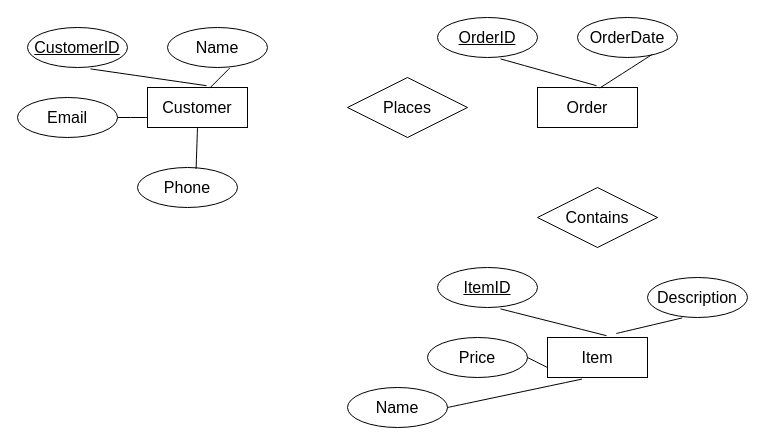
Above: page "Page-3" (3 of 3) of images/Wed_Addams.drawio in brendanpshea/database_sql (draw.io), before the change. Source tidied: cells renumbered, new cells numbered last; positions are measured from the earlier drawing's top-left corner, leaving out a move shared by most shapes. Both pictures are drawn from the tidied source at 100%, with x=0, y=0 at pixel (17, 17).
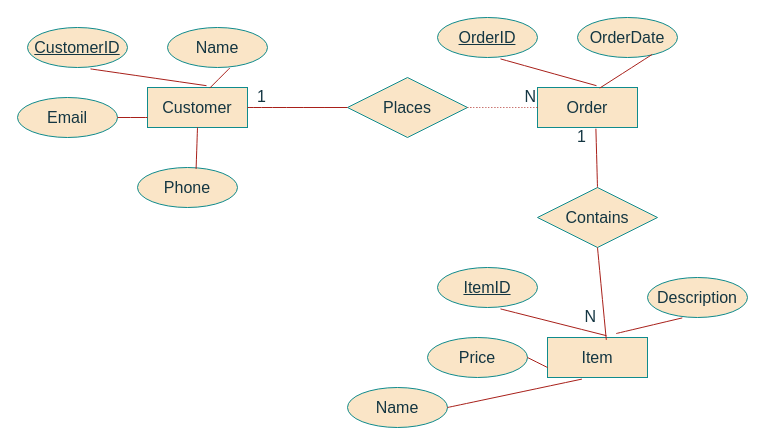
The same diagram, later.

The edit, as a diff of the source:
```diff
@@
-    <mxCell id="2" value="Customer" style="whiteSpace=wrap;html=1;align=center;fontSize=16;" parent="1" vertex="1">
+    <mxCell id="2" value="Customer" style="whiteSpace=wrap;html=1;align=center;fontSize=16;labelBackgroundColor=none;fillColor=#FAE5C7;strokeColor=#0F8B8D;fontColor=#143642;" parent="1" vertex="1">
       <mxGeometry x="130" y="70" width="100" height="40" as="geometry" />
     </mxCell>
-    <mxCell id="3" value="CustomerID" style="ellipse;whiteSpace=wrap;html=1;align=center;fontStyle=4;fontSize=16;" parent="1" vertex="1">
+    <mxCell id="3" value="CustomerID" style="ellipse;whiteSpace=wrap;html=1;align=center;fontStyle=4;fontSize=16;labelBackgroundColor=none;fillColor=#FAE5C7;strokeColor=#0F8B8D;fontColor=#143642;" parent="1" vertex="1">
       <mxGeometry x="10" y="10" width="100" height="40" as="geometry" />
     </mxCell>
-    <mxCell id="4" value="Name" style="ellipse;whiteSpace=wrap;html=1;align=center;fontSize=16;" parent="1" vertex="1">
+    <mxCell id="4" value="Name" style="ellipse;whiteSpace=wrap;html=1;align=center;fontSize=16;labelBackgroundColor=none;fillColor=#FAE5C7;strokeColor=#0F8B8D;fontColor=#143642;" parent="1" vertex="1">
       <mxGeometry x="150" y="10" width="100" height="40" as="geometry" />
     </mxCell>
-    <mxCell id="5" value="Email" style="ellipse;whiteSpace=wrap;html=1;align=center;fontSize=16;" parent="1" vertex="1">
+    <mxCell id="5" value="Email" style="ellipse;whiteSpace=wrap;html=1;align=center;fontSize=16;labelBackgroundColor=none;fillColor=#FAE5C7;strokeColor=#0F8B8D;fontColor=#143642;" parent="1" vertex="1">
       <mxGeometry y="80" width="100" height="40" as="geometry" />
     </mxCell>
-    <mxCell id="6" value="Phone" style="ellipse;whiteSpace=wrap;html=1;align=center;fontSize=16;" parent="1" vertex="1">
+    <mxCell id="6" value="Phone" style="ellipse;whiteSpace=wrap;html=1;align=center;fontSize=16;labelBackgroundColor=none;fillColor=#FAE5C7;strokeColor=#0F8B8D;fontColor=#143642;" parent="1" vertex="1">
       <mxGeometry x="120" y="150" width="100" height="40" as="geometry" />
     </mxCell>
-    <mxCell id="7" style="endArrow=none;html=1;rounded=0;fontSize=12;startSize=8;endSize=8;curved=1;exitX=0.5;exitY=1;exitDx=0;exitDy=0;entryX=0.586;entryY=0.035;entryDx=0;entryDy=0;entryPerimeter=0;" parent="1" edge="1" source="2" target="6">
+    <mxCell id="7" style="endArrow=none;html=1;rounded=0;fontSize=12;startSize=8;endSize=8;curved=1;exitX=0.5;exitY=1;exitDx=0;exitDy=0;entryX=0.586;entryY=0.035;entryDx=0;entryDy=0;entryPerimeter=0;labelBackgroundColor=none;strokeColor=#A8201A;fontColor=default;" parent="1" edge="1" source="2" target="6">
       <mxGeometry relative="1" as="geometry" />
     </mxCell>
-    <mxCell id="8" style="endArrow=none;html=1;rounded=0;fontSize=12;startSize=8;endSize=8;curved=1;exitX=0;exitY=0.75;exitDx=0;exitDy=0;entryX=1;entryY=0.5;entryDx=0;entryDy=0;" parent="1" edge="1" source="2" target="5">
+    <mxCell id="8" style="endArrow=none;html=1;rounded=0;fontSize=12;startSize=8;endSize=8;curved=1;exitX=0;exitY=0.75;exitDx=0;exitDy=0;entryX=1;entryY=0.5;entryDx=0;entryDy=0;labelBackgroundColor=none;strokeColor=#A8201A;fontColor=default;" parent="1" edge="1" source="2" target="5">
       <mxGeometry relative="1" as="geometry" />
     </mxCell>
-    <mxCell id="9" style="endArrow=none;html=1;rounded=0;fontSize=12;startSize=8;endSize=8;curved=1;exitX=0.63;exitY=1.035;exitDx=0;exitDy=0;entryX=0.59;entryY=-0.045;entryDx=0;entryDy=0;entryPerimeter=0;exitPerimeter=0;" parent="1" edge="1" source="3" target="2">
+    <mxCell id="9" style="endArrow=none;html=1;rounded=0;fontSize=12;startSize=8;endSize=8;curved=1;exitX=0.63;exitY=1.035;exitDx=0;exitDy=0;entryX=0.59;entryY=-0.045;entryDx=0;entryDy=0;entryPerimeter=0;exitPerimeter=0;labelBackgroundColor=none;strokeColor=#A8201A;fontColor=default;" parent="1" edge="1" source="3" target="2">
       <mxGeometry relative="1" as="geometry" />
     </mxCell>
-    <mxCell id="10" style="endArrow=none;html=1;rounded=0;fontSize=12;startSize=8;endSize=8;curved=1;exitX=0.622;exitY=1.015;exitDx=0;exitDy=0;entryX=0.622;entryY=0.015;entryDx=0;entryDy=0;entryPerimeter=0;exitPerimeter=0;" parent="1" edge="1" source="4" target="2">
+    <mxCell id="10" style="endArrow=none;html=1;rounded=0;fontSize=12;startSize=8;endSize=8;curved=1;exitX=0.622;exitY=1.015;exitDx=0;exitDy=0;entryX=0.622;entryY=0.015;entryDx=0;entryDy=0;entryPerimeter=0;exitPerimeter=0;labelBackgroundColor=none;strokeColor=#A8201A;fontColor=default;" parent="1" edge="1" source="4" target="2">
       <mxGeometry relative="1" as="geometry" />
     </mxCell>
-    <mxCell id="11" value="Places" style="shape=rhombus;perimeter=rhombusPerimeter;whiteSpace=wrap;html=1;align=center;fontSize=16;" parent="1" vertex="1">
+    <mxCell id="11" value="Places" style="shape=rhombus;perimeter=rhombusPerimeter;whiteSpace=wrap;html=1;align=center;fontSize=16;labelBackgroundColor=none;fillColor=#FAE5C7;strokeColor=#0F8B8D;fontColor=#143642;" parent="1" vertex="1">
       <mxGeometry x="330" y="60" width="120" height="60" as="geometry" />
     </mxCell>
-    <mxCell id="12" value="Order" style="whiteSpace=wrap;html=1;align=center;fontSize=16;" parent="1" vertex="1">
+    <mxCell id="12" value="Order" style="whiteSpace=wrap;html=1;align=center;fontSize=16;labelBackgroundColor=none;fillColor=#FAE5C7;strokeColor=#0F8B8D;fontColor=#143642;" parent="1" vertex="1">
       <mxGeometry x="520" y="70" width="100" height="40" as="geometry" />
     </mxCell>
-    <mxCell id="13" value="OrderID" style="ellipse;whiteSpace=wrap;html=1;align=center;fontStyle=4;fontSize=16;" parent="1" vertex="1">
+    <mxCell id="13" value="OrderID" style="ellipse;whiteSpace=wrap;html=1;align=center;fontStyle=4;fontSize=16;labelBackgroundColor=none;fillColor=#FAE5C7;strokeColor=#0F8B8D;fontColor=#143642;" parent="1" vertex="1">
       <mxGeometry x="420" width="100" height="40" as="geometry" />
     </mxCell>
-    <mxCell id="14" value="OrderDate" style="ellipse;whiteSpace=wrap;html=1;align=center;fontSize=16;" parent="1" vertex="1">
+    <mxCell id="14" value="OrderDate" style="ellipse;whiteSpace=wrap;html=1;align=center;fontSize=16;labelBackgroundColor=none;fillColor=#FAE5C7;strokeColor=#0F8B8D;fontColor=#143642;" parent="1" vertex="1">
       <mxGeometry x="560" width="100" height="40" as="geometry" />
     </mxCell>
-    <mxCell id="15" style="endArrow=none;html=1;rounded=0;fontSize=12;startSize=8;endSize=8;curved=1;exitX=0.63;exitY=1.035;exitDx=0;exitDy=0;entryX=0.59;entryY=-0.045;entryDx=0;entryDy=0;entryPerimeter=0;exitPerimeter=0;" parent="1" edge="1" source="13" target="12">
+    <mxCell id="15" style="endArrow=none;html=1;rounded=0;fontSize=12;startSize=8;endSize=8;curved=1;exitX=0.63;exitY=1.035;exitDx=0;exitDy=0;entryX=0.59;entryY=-0.045;entryDx=0;entryDy=0;entryPerimeter=0;exitPerimeter=0;labelBackgroundColor=none;strokeColor=#A8201A;fontColor=default;" parent="1" edge="1" source="13" target="12">
       <mxGeometry relative="1" as="geometry" />
     </mxCell>
-    <mxCell id="16" style="endArrow=none;html=1;rounded=0;fontSize=12;startSize=8;endSize=8;curved=1;exitX=0.746;exitY=0.925;exitDx=0;exitDy=0;entryX=0.622;entryY=0.015;entryDx=0;entryDy=0;entryPerimeter=0;exitPerimeter=0;" parent="1" edge="1" source="14" target="12">
+    <mxCell id="16" style="endArrow=none;html=1;rounded=0;fontSize=12;startSize=8;endSize=8;curved=1;exitX=0.746;exitY=0.925;exitDx=0;exitDy=0;entryX=0.622;entryY=0.015;entryDx=0;entryDy=0;entryPerimeter=0;exitPerimeter=0;labelBackgroundColor=none;strokeColor=#A8201A;fontColor=default;" parent="1" edge="1" source="14" target="12">
       <mxGeometry relative="1" as="geometry" />
     </mxCell>
-    <mxCell id="17" value="Item" style="whiteSpace=wrap;html=1;align=center;fontSize=16;" parent="1" vertex="1">
+    <mxCell id="17" value="Item" style="whiteSpace=wrap;html=1;align=center;fontSize=16;labelBackgroundColor=none;fillColor=#FAE5C7;strokeColor=#0F8B8D;fontColor=#143642;" parent="1" vertex="1">
       <mxGeometry x="530" y="320" width="100" height="40" as="geometry" />
     </mxCell>
-    <mxCell id="18" value="ItemID" style="ellipse;whiteSpace=wrap;html=1;align=center;fontStyle=4;fontSize=16;" parent="1" vertex="1">
+    <mxCell id="18" value="ItemID" style="ellipse;whiteSpace=wrap;html=1;align=center;fontStyle=4;fontSize=16;labelBackgroundColor=none;fillColor=#FAE5C7;strokeColor=#0F8B8D;fontColor=#143642;" parent="1" vertex="1">
       <mxGeometry x="420" y="250" width="100" height="40" as="geometry" />
     </mxCell>
-    <mxCell id="19" value="Name" style="ellipse;whiteSpace=wrap;html=1;align=center;fontSize=16;" parent="1" vertex="1">
+    <mxCell id="19" value="Name" style="ellipse;whiteSpace=wrap;html=1;align=center;fontSize=16;labelBackgroundColor=none;fillColor=#FAE5C7;strokeColor=#0F8B8D;fontColor=#143642;" parent="1" vertex="1">
       <mxGeometry x="330" y="370" width="100" height="40" as="geometry" />
     </mxCell>
-    <mxCell id="20" value="Price" style="ellipse;whiteSpace=wrap;html=1;align=center;fontSize=16;" parent="1" vertex="1">
+    <mxCell id="20" value="Price" style="ellipse;whiteSpace=wrap;html=1;align=center;fontSize=16;labelBackgroundColor=none;fillColor=#FAE5C7;strokeColor=#0F8B8D;fontColor=#143642;" parent="1" vertex="1">
       <mxGeometry x="410" y="320" width="100" height="40" as="geometry" />
     </mxCell>
-    <mxCell id="21" value="Description" style="ellipse;whiteSpace=wrap;html=1;align=center;fontSize=16;" parent="1" vertex="1">
+    <mxCell id="21" value="Description" style="ellipse;whiteSpace=wrap;html=1;align=center;fontSize=16;labelBackgroundColor=none;fillColor=#FAE5C7;strokeColor=#0F8B8D;fontColor=#143642;" parent="1" vertex="1">
       <mxGeometry x="630" y="260" width="100" height="40" as="geometry" />
     </mxCell>
-    <mxCell id="22" style="endArrow=none;html=1;rounded=0;fontSize=12;startSize=8;endSize=8;curved=1;exitX=0.688;exitY=-0.1;exitDx=0;exitDy=0;entryX=0.348;entryY=1.01;entryDx=0;entryDy=0;entryPerimeter=0;exitPerimeter=0;" parent="1" edge="1" source="17" target="21">
+    <mxCell id="22" style="endArrow=none;html=1;rounded=0;fontSize=12;startSize=8;endSize=8;curved=1;exitX=0.688;exitY=-0.1;exitDx=0;exitDy=0;entryX=0.348;entryY=1.01;entryDx=0;entryDy=0;entryPerimeter=0;exitPerimeter=0;labelBackgroundColor=none;strokeColor=#A8201A;fontColor=default;" parent="1" edge="1" source="17" target="21">
       <mxGeometry relative="1" as="geometry" />
     </mxCell>
-    <mxCell id="23" style="endArrow=none;html=1;rounded=0;fontSize=12;startSize=8;endSize=8;curved=1;exitX=0;exitY=0.75;exitDx=0;exitDy=0;entryX=1;entryY=0.5;entryDx=0;entryDy=0;" parent="1" edge="1" source="17" target="20">
+    <mxCell id="23" style="endArrow=none;html=1;rounded=0;fontSize=12;startSize=8;endSize=8;curved=1;exitX=0;exitY=0.75;exitDx=0;exitDy=0;entryX=1;entryY=0.5;entryDx=0;entryDy=0;labelBackgroundColor=none;strokeColor=#A8201A;fontColor=default;" parent="1" edge="1" source="17" target="20">
       <mxGeometry relative="1" as="geometry" />
     </mxCell>
-    <mxCell id="24" style="endArrow=none;html=1;rounded=0;fontSize=12;startSize=8;endSize=8;curved=1;exitX=0.63;exitY=1.035;exitDx=0;exitDy=0;entryX=0.59;entryY=-0.045;entryDx=0;entryDy=0;entryPerimeter=0;exitPerimeter=0;" parent="1" edge="1" source="18" target="17">
+    <mxCell id="24" style="endArrow=none;html=1;rounded=0;fontSize=12;startSize=8;endSize=8;curved=1;exitX=0.63;exitY=1.035;exitDx=0;exitDy=0;entryX=0.59;entryY=-0.045;entryDx=0;entryDy=0;entryPerimeter=0;exitPerimeter=0;labelBackgroundColor=none;strokeColor=#A8201A;fontColor=default;" parent="1" edge="1" source="18" target="17">
       <mxGeometry relative="1" as="geometry" />
     </mxCell>
-    <mxCell id="25" style="endArrow=none;html=1;rounded=0;fontSize=12;startSize=8;endSize=8;curved=1;exitX=1;exitY=0.5;exitDx=0;exitDy=0;entryX=0.344;entryY=1.04;entryDx=0;entryDy=0;entryPerimeter=0;" parent="1" edge="1" source="19" target="17">
+    <mxCell id="25" style="endArrow=none;html=1;rounded=0;fontSize=12;startSize=8;endSize=8;curved=1;exitX=1;exitY=0.5;exitDx=0;exitDy=0;entryX=0.344;entryY=1.04;entryDx=0;entryDy=0;entryPerimeter=0;labelBackgroundColor=none;strokeColor=#A8201A;fontColor=default;" parent="1" edge="1" source="19" target="17">
       <mxGeometry relative="1" as="geometry" />
     </mxCell>
-    <mxCell id="26" style="edgeStyle=none;curved=1;rounded=0;orthogonalLoop=1;jettySize=auto;html=1;exitX=0.5;exitY=0;exitDx=0;exitDy=0;fontSize=12;startSize=8;endSize=8;" parent="1" edge="1" source="17" target="17">
+    <mxCell id="26" style="edgeStyle=none;curved=1;rounded=0;orthogonalLoop=1;jettySize=auto;html=1;exitX=0.5;exitY=0;exitDx=0;exitDy=0;fontSize=12;startSize=8;endSize=8;labelBackgroundColor=none;strokeColor=#A8201A;fontColor=default;" parent="1" edge="1" source="17" target="17">
       <mxGeometry relative="1" as="geometry" />
     </mxCell>
-    <mxCell id="27" value="Contains" style="shape=rhombus;perimeter=rhombusPerimeter;whiteSpace=wrap;html=1;align=center;fontSize=16;" parent="1" vertex="1">
+    <mxCell id="27" value="Contains" style="shape=rhombus;perimeter=rhombusPerimeter;whiteSpace=wrap;html=1;align=center;fontSize=16;labelBackgroundColor=none;fillColor=#FAE5C7;strokeColor=#0F8B8D;fontColor=#143642;" parent="1" vertex="1">
       <mxGeometry x="520" y="170" width="120" height="60" as="geometry" />
     </mxCell>
+    <mxCell id="28" style="endArrow=none;html=1;rounded=0;dashed=1;dashPattern=1 2;fontSize=12;startSize=8;endSize=8;curved=1;exitX=1;exitY=0.5;exitDx=0;exitDy=0;entryX=0;entryY=0.5;entryDx=0;entryDy=0;labelBackgroundColor=none;strokeColor=#A8201A;fontColor=default;" parent="1" edge="1" source="11" target="12">
+      <mxGeometry relative="1" as="geometry" />
+    </mxCell>
+    <mxCell id="29" value="N" style="html=1;whiteSpace=wrap;align=right;verticalAlign=bottom;fontSize=16;labelBackgroundColor=none;fillColor=#FAE5C7;strokeColor=#0F8B8D;fontColor=#143642;" parent="28" vertex="1">
+      <mxGeometry x="1" relative="1" as="geometry" />
+    </mxCell>
+    <mxCell id="30" style="endArrow=none;html=1;rounded=0;fontSize=12;startSize=8;endSize=8;curved=1;exitX=1;exitY=0.5;exitDx=0;exitDy=0;entryX=0;entryY=0.5;entryDx=0;entryDy=0;labelBackgroundColor=none;strokeColor=#A8201A;fontColor=default;" parent="1" edge="1" source="2" target="11">
+      <mxGeometry relative="1" as="geometry" />
+    </mxCell>
+    <mxCell id="31" value="1" style="html=1;whiteSpace=wrap;align=right;verticalAlign=bottom;fontSize=16;labelBackgroundColor=none;fillColor=#FAE5C7;strokeColor=#0F8B8D;fontColor=#143642;" parent="30" vertex="1">
+      <mxGeometry x="1" relative="1" as="geometry">
+        <mxPoint x="-80" as="offset" />
+      </mxGeometry>
+    </mxCell>
+    <mxCell id="32" style="endArrow=none;html=1;rounded=0;fontSize=12;startSize=8;endSize=8;curved=1;exitX=0.5;exitY=1;exitDx=0;exitDy=0;entryX=0.588;entryY=0.06;entryDx=0;entryDy=0;entryPerimeter=0;labelBackgroundColor=none;strokeColor=#A8201A;fontColor=default;" parent="1" edge="1" source="27" target="17">
+      <mxGeometry relative="1" as="geometry" />
+    </mxCell>
+    <mxCell id="33" value="N" style="html=1;whiteSpace=wrap;align=right;verticalAlign=bottom;fontSize=16;labelBackgroundColor=none;fillColor=#FAE5C7;strokeColor=#0F8B8D;fontColor=#143642;" parent="32" vertex="1">
+      <mxGeometry x="1" relative="1" as="geometry">
+        <mxPoint x="-9" y="-13" as="offset" />
+      </mxGeometry>
+    </mxCell>
+    <mxCell id="34" style="endArrow=none;html=1;rounded=0;fontSize=12;startSize=8;endSize=8;curved=1;entryX=0.584;entryY=1.03;entryDx=0;entryDy=0;entryPerimeter=0;labelBackgroundColor=none;strokeColor=#A8201A;fontColor=default;" parent="1" edge="1" target="12">
+      <mxGeometry relative="1" as="geometry">
+        <mxPoint x="580" y="170" as="sourcePoint" />
+      </mxGeometry>
+    </mxCell>
+    <mxCell id="35" value="1" style="html=1;whiteSpace=wrap;align=right;verticalAlign=bottom;fontSize=16;labelBackgroundColor=none;fillColor=#FAE5C7;strokeColor=#0F8B8D;fontColor=#143642;" parent="34" vertex="1">
+      <mxGeometry x="1" relative="1" as="geometry">
+        <mxPoint x="-8" y="19" as="offset" />
+      </mxGeometry>
+    </mxCell>
```
